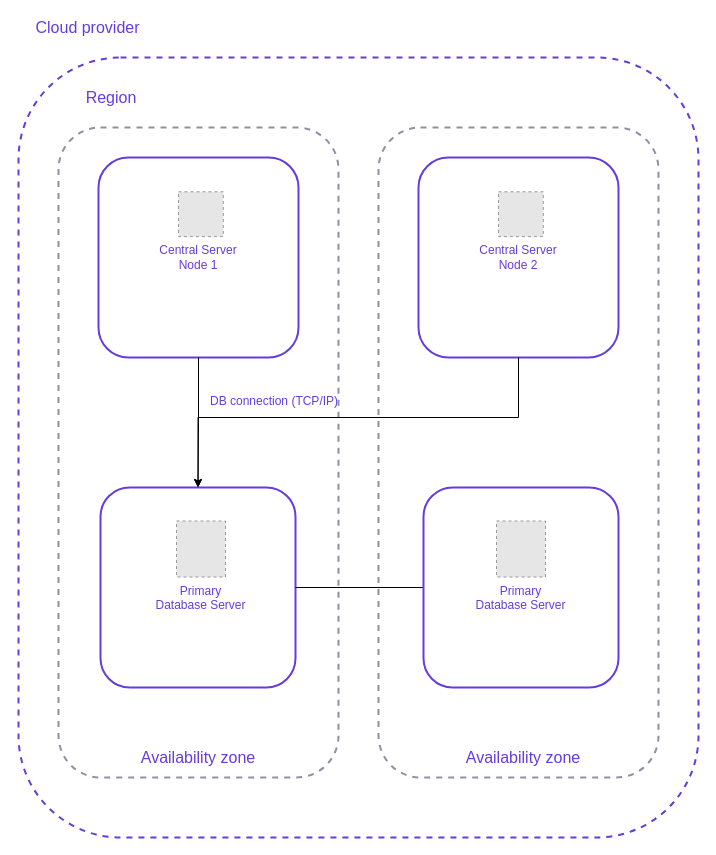
Above: doc/Manuals/img/ig-cs_cloud_db_cluster.drawio in nordic-institute/X-Road (draw.io), before the change. Source tidied: cells renumbered, new cells numbered last; positions are measured from the earlier drawing's top-left corner, leaving out a move shared by most shapes. Both pictures are drawn from the tidied source at 100%, with x=0, y=0 at pixel (18, 17). Pictures stored in the file or linked from it are replaced by grey dashed boxes.
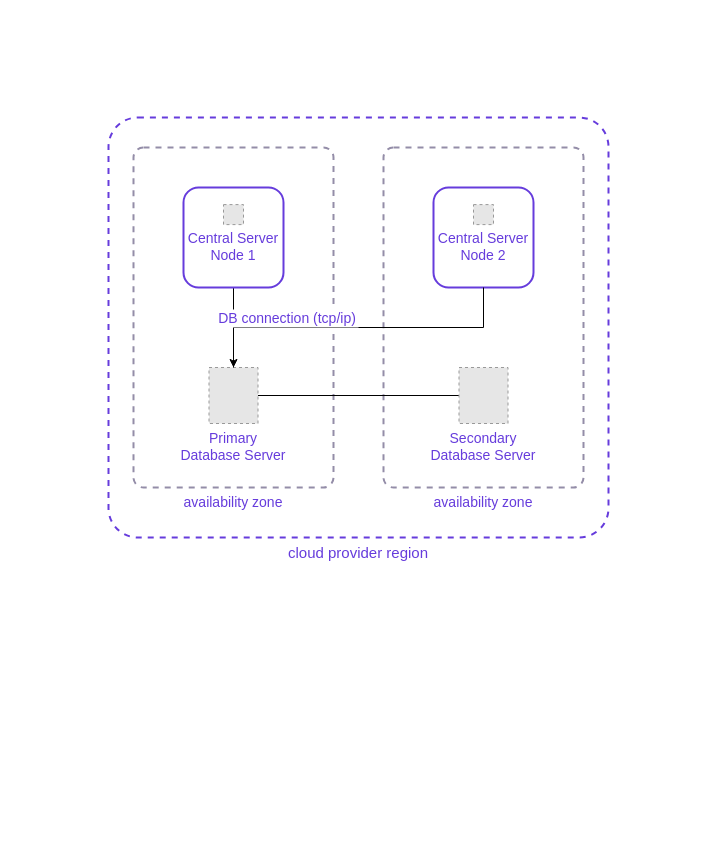
After the change.

Change to the diagram source:
```diff
@@
-    <mxCell id="2" style="rounded=1;whiteSpace=wrap;html=1;strokeWidth=2;strokeColor=#663CDC;fillColor=none;dashed=1;" parent="1" vertex="1">
-      <mxGeometry y="40" width="680" height="780" as="geometry" />
-    </mxCell>
-    <mxCell id="3" style="rounded=1;whiteSpace=wrap;html=1;strokeWidth=2;fillColor=none;strokeColor=#948DA8;dashed=1;" parent="1" vertex="1">
-      <mxGeometry x="40" y="110" width="280" height="650" as="geometry" />
-    </mxCell>
-    <mxCell id="4" style="rounded=1;whiteSpace=wrap;html=1;strokeWidth=2;fillColor=none;strokeColor=#948DA8;dashed=1;" parent="1" vertex="1">
-      <mxGeometry x="360" y="110" width="280" height="650" as="geometry" />
-    </mxCell>
-    <mxCell id="5" value="&lt;font style=&quot;font-size: 16px&quot;&gt;Region&lt;/font&gt;" style="text;html=1;strokeColor=none;fillColor=none;align=center;verticalAlign=middle;whiteSpace=wrap;rounded=0;dashed=1;fontColor=#663CDC;" parent="1" vertex="1">
-      <mxGeometry x="53" y="70" width="80" height="20" as="geometry" />
-    </mxCell>
-    <mxCell id="6" value="&lt;font style=&quot;font-size: 16px&quot;&gt;Availability zone&lt;/font&gt;" style="text;html=1;strokeColor=none;fillColor=none;align=center;verticalAlign=middle;whiteSpace=wrap;rounded=0;dashed=1;fontColor=#663CDC;" parent="1" vertex="1">
-      <mxGeometry x="115" y="730" width="130" height="20" as="geometry" />
-    </mxCell>
-    <mxCell id="7" value="&lt;font style=&quot;font-size: 16px&quot;&gt;Availability zone&lt;/font&gt;" style="text;html=1;strokeColor=none;fillColor=none;align=center;verticalAlign=middle;whiteSpace=wrap;rounded=0;dashed=1;fontColor=#663CDC;" parent="1" vertex="1">
-      <mxGeometry x="440" y="730" width="130" height="20" as="geometry" />
-    </mxCell>
-    <mxCell id="8" value="&lt;font style=&quot;font-size: 16px&quot;&gt;Cloud provider&lt;/font&gt;" style="text;html=1;strokeColor=none;fillColor=none;align=center;verticalAlign=middle;whiteSpace=wrap;rounded=0;dashed=1;fontColor=#663CDC;" parent="1" vertex="1">
-      <mxGeometry x="8.5" width="121" height="20" as="geometry" />
-    </mxCell>
-    <mxCell id="9" style="group;" parent="1" vertex="1">
-      <mxGeometry x="80" y="140" width="200" height="200" as="geometry" />
-    </mxCell>
-    <mxCell id="10" value="&lt;font color=&quot;#663cdc&quot;&gt;Central&amp;nbsp;Server&lt;br&gt;Node 1&lt;br&gt;&lt;/font&gt;" style="rounded=1;whiteSpace=wrap;html=1;strokeWidth=2;fillColor=none;strokeColor=#663CDC;" parent="9" vertex="1">
-      <mxGeometry width="200" height="200" as="geometry" />
-    </mxCell>
-    <mxCell id="11" style="fillColor=#E6E6E6;strokeColor=#999999;dashed=1;verticalLabelPosition=bottom;labelBackgroundColor=#ffffff;verticalAlign=top;" parent="9" vertex="1">
-      <mxGeometry x="80" y="34.3" width="44.8" height="44.8" as="geometry" />
-    </mxCell>
+    <mxCell id="23" value="availability zone" style="rounded=1;fillColor=none;strokeColor=#948DA8;strokeWidth=2;dashed=1;arcSize=5;labelBackgroundColor=#ffffff;fontSize=14;fontColor=#663CDC;labelPosition=center;verticalLabelPosition=bottom;align=center;verticalAlign=top;" parent="1" vertex="1">
+      <mxGeometry x="365" y="130" width="200" height="340" as="geometry" />
+    </mxCell>
+    <mxCell id="24" value="availability zone" style="rounded=1;fillColor=none;strokeColor=#948DA8;strokeWidth=2;dashed=1;arcSize=5;labelBackgroundColor=#ffffff;fontSize=14;fontColor=#663CDC;labelPosition=center;verticalLabelPosition=bottom;align=center;verticalAlign=top;" parent="1" vertex="1">
+      <mxGeometry x="115" y="130" width="200" height="340" as="geometry" />
+    </mxCell>
+    <mxCell id="25" value="cloud provider region" style="rounded=1;shadow=0;dashed=1;strokeColor=#663CDC;strokeWidth=2;fillColor=none;fontSize=15;fontColor=#663CDC;labelBackgroundColor=#ffffff;arcSize=7;labelPosition=center;verticalLabelPosition=bottom;align=center;verticalAlign=top;" parent="1" vertex="1">
+      <mxGeometry x="90" y="100" width="500" height="420" as="geometry" />
+    </mxCell>
-    <mxCell id="12" style="group;" parent="1" vertex="1">
-      <mxGeometry x="400" y="140" width="200" height="200" as="geometry" />
+    <mxCell id="12" style="group;fontSize=14;fontColor=#663CDC;" parent="1" vertex="1">
+      <mxGeometry x="415" y="170" width="100" height="100" as="geometry" />
     </mxCell>
-    <mxCell id="13" value="&lt;font color=&quot;#663cdc&quot;&gt;Central&amp;nbsp;Server&lt;br&gt;Node 2&lt;br&gt;&lt;/font&gt;" style="rounded=1;whiteSpace=wrap;html=1;strokeWidth=2;fillColor=none;strokeColor=#663CDC;" parent="12" vertex="1">
-      <mxGeometry width="200" height="200" as="geometry" />
+    <mxCell id="13" value="&#10;Central Server&#10;Node 2" style="rounded=1;strokeWidth=2;fillColor=none;strokeColor=#663CDC;fontSize=14;fontColor=#663CDC;" parent="12" vertex="1">
+      <mxGeometry width="100" height="100" as="geometry" />
     </mxCell>
-    <mxCell id="14" style="fillColor=#E6E6E6;strokeColor=#999999;dashed=1;verticalLabelPosition=bottom;labelBackgroundColor=#ffffff;verticalAlign=top;" parent="12" vertex="1">
-      <mxGeometry x="80" y="34.3" width="44.8" height="44.8" as="geometry" />
+    <mxCell id="14" style="fillColor=#E6E6E6;strokeColor=#999999;dashed=1;verticalLabelPosition=bottom;labelBackgroundColor=#ffffff;verticalAlign=top;fontSize=14;" parent="12" vertex="1">
+      <mxGeometry x="40" y="17.1" width="20" height="20" as="geometry" />
     </mxCell>
-    <mxCell id="15" style="rounded=1;whiteSpace=wrap;html=1;strokeWidth=2;strokeColor=#663CDC;fillColor=none;" parent="1" vertex="1">
-      <mxGeometry x="82" y="470" width="195" height="200" as="geometry" />
-    </mxCell>
+    <mxCell id="26" style="edgeStyle=orthogonalEdgeStyle;rounded=0;jettySize=auto;endArrow=none;endFill=0;fontSize=14;" parent="1" edge="1" source="16" target="19">
+      <mxGeometry relative="1" as="geometry" />
+    </mxCell>
-    <mxCell id="16" value="Primary&#10;Database Server" style="fillColor=#E6E6E6;strokeColor=#999999;dashed=1;verticalLabelPosition=bottom;labelBackgroundColor=#ffffff;verticalAlign=top;fontColor=#663CDC;" parent="1" vertex="1">
-      <mxGeometry x="158" y="503.5" width="49" height="56" as="geometry" />
+    <mxCell id="16" value="Primary&#10;Database Server" style="fillColor=#E6E6E6;strokeColor=#999999;dashed=1;verticalLabelPosition=bottom;labelBackgroundColor=#ffffff;verticalAlign=top;fontColor=#663CDC;fontSize=14;" parent="1" vertex="1">
+      <mxGeometry x="190.5" y="350" width="49" height="56" as="geometry" />
     </mxCell>
-    <mxCell id="17" style="edgeStyle=orthogonalEdgeStyle;rounded=0;jettySize=auto;html=1;entryX=1;entryY=0.5;entryDx=0;entryDy=0;endArrow=none;endFill=0;" parent="1" edge="1" source="18" target="15">
-      <mxGeometry relative="1" as="geometry" />
-    </mxCell>
-    <mxCell id="18" style="rounded=1;whiteSpace=wrap;html=1;strokeWidth=2;strokeColor=#663CDC;fillColor=none;" parent="1" vertex="1">
-      <mxGeometry x="405" y="470" width="195" height="200" as="geometry" />
-    </mxCell>
-    <mxCell id="19" value="Primary&#10;Database Server" style="fillColor=#E6E6E6;strokeColor=#999999;dashed=1;verticalLabelPosition=bottom;labelBackgroundColor=#ffffff;verticalAlign=top;fontColor=#663CDC;" parent="1" vertex="1">
-      <mxGeometry x="478" y="503.5" width="49" height="56" as="geometry" />
+    <mxCell id="19" value="Secondary&#10;Database Server" style="fillColor=#E6E6E6;strokeColor=#999999;dashed=1;verticalLabelPosition=bottom;labelBackgroundColor=#ffffff;verticalAlign=top;fontColor=#663CDC;fontSize=14;" parent="1" vertex="1">
+      <mxGeometry x="440.5" y="350" width="49" height="56" as="geometry" />
     </mxCell>
-    <mxCell id="20" style="edgeStyle=orthogonalEdgeStyle;rounded=0;jettySize=auto;html=1;entryX=0.5;entryY=0;entryDx=0;entryDy=0;" parent="1" edge="1" source="10" target="15">
-      <mxGeometry relative="1" as="geometry" />
-    </mxCell>
+    <mxCell id="27" style="edgeStyle=orthogonalEdgeStyle;rounded=0;jettySize=auto;endArrow=none;endFill=0;fontSize=14;" parent="1" edge="1" source="10" target="16">
+      <mxGeometry relative="1" as="geometry" />
+    </mxCell>
-    <mxCell id="21" style="edgeStyle=orthogonalEdgeStyle;rounded=0;jettySize=auto;html=1;entryX=0.5;entryY=0;entryDx=0;entryDy=0;" parent="1" edge="1" source="13" target="15">
-      <mxGeometry relative="1" as="geometry">
+    <mxCell id="21" value="DB connection (tcp/ip)" style="edgeStyle=orthogonalEdgeStyle;rounded=0;jettySize=auto;entryX=0.5;entryY=0;entryDx=0;entryDy=0;exitX=0.5;exitY=1;exitDx=0;exitDy=0;fontColor=#663CDC;fontSize=14;" parent="1" edge="1" source="13" target="16">
+      <mxGeometry x="0.43" y="-10" relative="1" as="geometry">
         <Array as="points">
-          <mxPoint x="500" y="400" />
-          <mxPoint x="180" y="400" />
+          <mxPoint x="465" y="310" />
+          <mxPoint x="215" y="310" />
         </Array>
       </mxGeometry>
     </mxCell>
-    <mxCell id="22" value="DB connection (TCP/IP)" style="text;html=1;fontColor=#663CDC;" parent="1" vertex="1">
-      <mxGeometry x="190" y="370" width="150" height="30" as="geometry" />
-    </mxCell>
+    <mxCell id="28" style="group;fontSize=14;fontColor=#663CDC;" parent="1" vertex="1">
+      <mxGeometry x="165" y="170" width="100" height="100" as="geometry" />
+    </mxCell>
+    <mxCell id="10" value="&#10;Central Server&#10;Node 1" style="rounded=1;strokeWidth=2;fillColor=none;strokeColor=#663CDC;fontSize=14;fontColor=#663CDC;" parent="28" vertex="1">
+      <mxGeometry width="100" height="100" as="geometry" />
+    </mxCell>
+    <mxCell id="29" style="fillColor=#E6E6E6;strokeColor=#999999;dashed=1;verticalLabelPosition=bottom;labelBackgroundColor=#ffffff;verticalAlign=top;fontSize=14;" parent="28" vertex="1">
+      <mxGeometry x="40" y="17.1" width="20" height="20" as="geometry" />
+    </mxCell>
```
